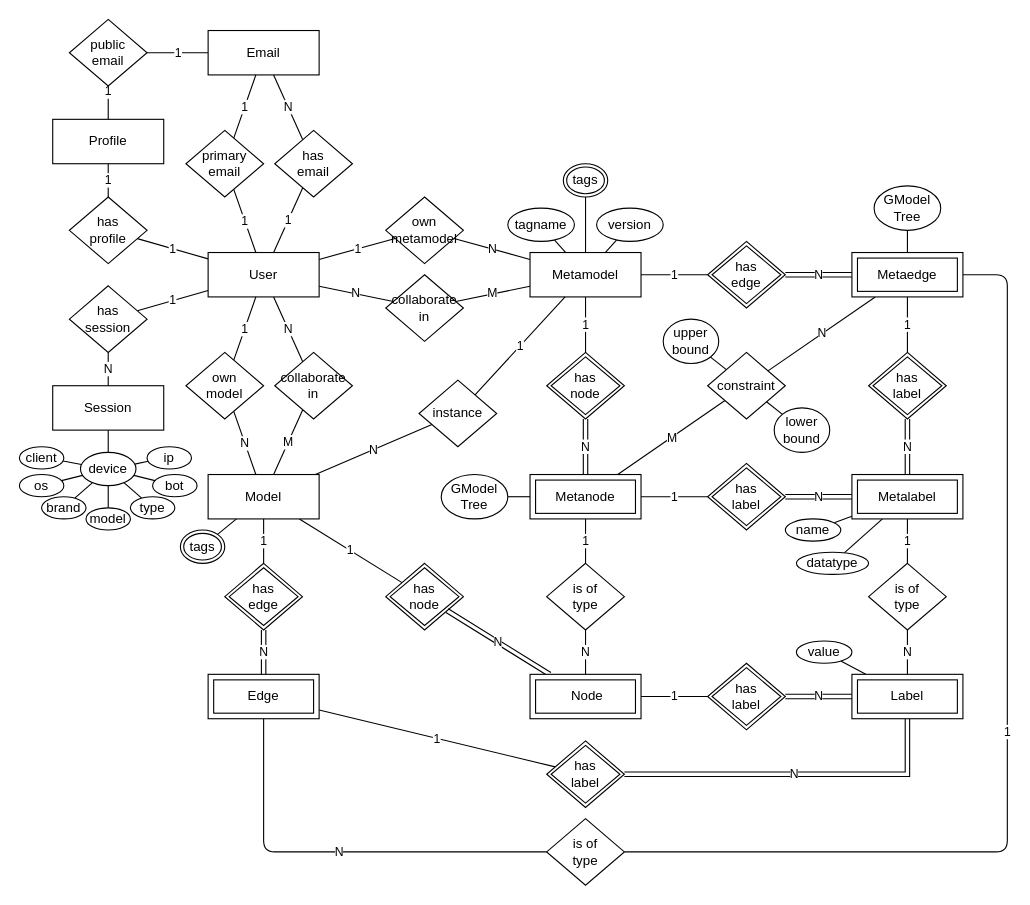
giuliano-marinelli/concept-server keeps this draw.io diagram as src/docs/model.drawio. Above is the earlier version. Source tidied: cells renumbered, new cells numbered last; positions are measured from the earlier drawing's top-left corner, leaving out a move shared by most shapes. Both pictures are drawn from the tidied source at 111%, with x=0, y=0 at pixel (19, 19).
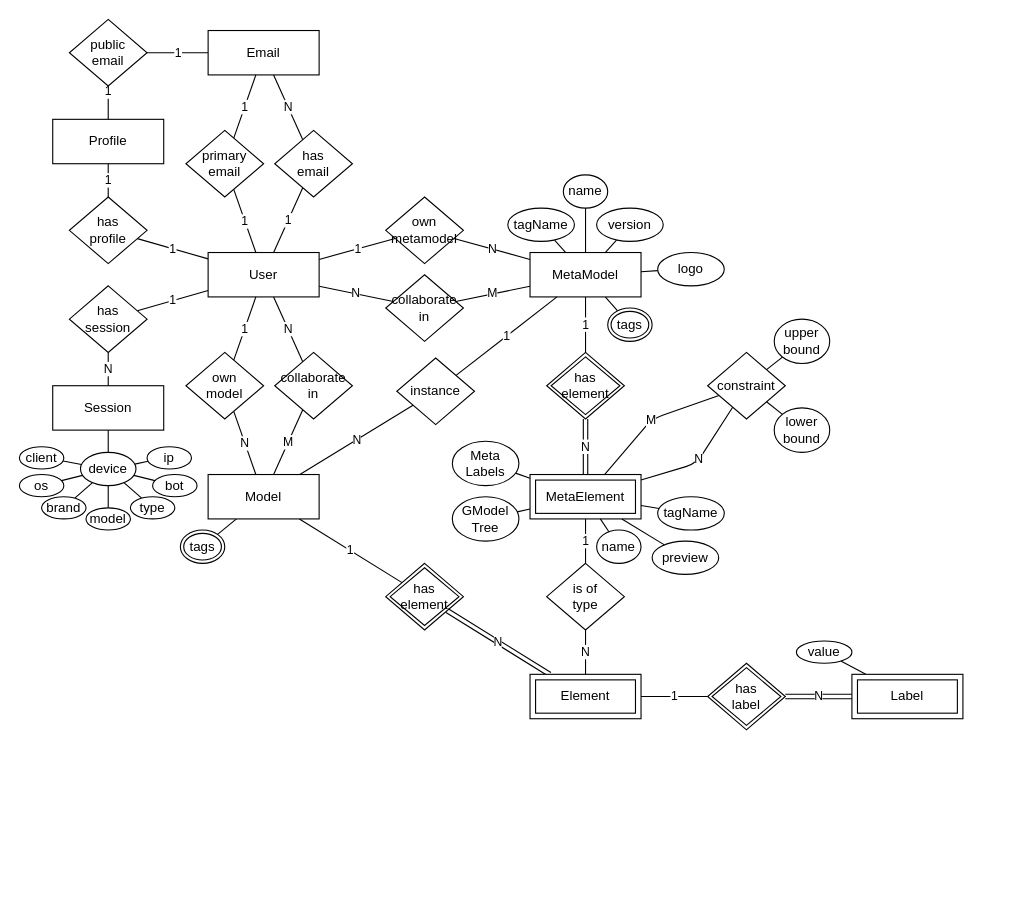
The same page after the edit.

Unchanged cells that the change refers to:
```xml
<mxCell id="50" value="Model" style="whiteSpace=wrap;html=1;align=center;" parent="1" vertex="1">
  <mxGeometry x="170" y="410" width="100" height="40" as="geometry" />
</mxCell>
<mxCell id="61" value="constraint" style="shape=rhombus;perimeter=rhombusPerimeter;whiteSpace=wrap;html=1;align=center;" parent="1" vertex="1">
  <mxGeometry x="620" y="300" width="70" height="60" as="geometry" />
</mxCell>
<mxCell id="115" value="Label" style="shape=ext;margin=3;double=1;whiteSpace=wrap;html=1;align=center;" parent="1" vertex="1">
  <mxGeometry x="750" y="590" width="100" height="40" as="geometry" />
</mxCell>
```

Diff of the diagram source:
```diff
@@
-    <mxCell id="42" value="1" style="edgeStyle=none;html=1;endArrow=none;endFill=0;" parent="1" edge="1" source="101" target="102">
-      <mxGeometry relative="1" as="geometry" />
-    </mxCell>
@@
-    <mxCell id="44" value="Metamodel" style="whiteSpace=wrap;html=1;align=center;" parent="1" vertex="1">
+    <mxCell id="44" value="MetaModel" style="whiteSpace=wrap;html=1;align=center;" parent="1" vertex="1">
       <mxGeometry x="460" y="210" width="100" height="40" as="geometry" />
     </mxCell>
@@
     <mxCell id="57" value="M" style="edgeStyle=none;html=1;endArrow=none;endFill=0;" parent="1" edge="1" source="101" target="61">
-      <mxGeometry relative="1" as="geometry" />
+      <mxGeometry relative="1" as="geometry">
+        <Array as="points">
+          <mxPoint x="570" y="360" />
+        </Array>
+      </mxGeometry>
     </mxCell>
@@
-    <mxCell id="59" value="1" style="edgeStyle=none;html=1;endArrow=none;endFill=0;" parent="1" edge="1" source="96" target="44">
-      <mxGeometry relative="1" as="geometry" />
-    </mxCell>
-    <mxCell id="60" value="N" style="edgeStyle=none;html=1;endArrow=none;endFill=0;" parent="1" edge="1" source="61" target="100">
-      <mxGeometry relative="1" as="geometry" />
+    <mxCell id="60" value="N" style="edgeStyle=none;html=1;endArrow=none;endFill=0;" parent="1" edge="1" source="61" target="101">
+      <mxGeometry relative="1" as="geometry">
+        <Array as="points">
+          <mxPoint x="610" y="400" />
+        </Array>
+      </mxGeometry>
     </mxCell>
@@
     <mxCell id="65" value="upper&lt;br&gt;bound" style="ellipse;whiteSpace=wrap;html=1;align=center;" parent="1" vertex="1">
-      <mxGeometry x="580" y="270" width="50" height="40" as="geometry" />
+      <mxGeometry x="680" y="270" width="50" height="40" as="geometry" />
     </mxCell>
     <mxCell id="66" value="GModel&lt;br&gt;Tree" style="ellipse;whiteSpace=wrap;html=1;align=center;" parent="1" vertex="1">
-      <mxGeometry x="380" y="410" width="60" height="40" as="geometry" />
+      <mxGeometry x="390" y="430" width="60" height="40" as="geometry" />
     </mxCell>
@@
-    <mxCell id="68" value="tagname" style="ellipse;whiteSpace=wrap;html=1;align=center;" parent="1" vertex="1">
+    <mxCell id="68" value="tagName" style="ellipse;whiteSpace=wrap;html=1;align=center;" parent="1" vertex="1">
       <mxGeometry x="440" y="170" width="60" height="30" as="geometry" />
     </mxCell>
@@
     <mxCell id="72" value="instance" style="shape=rhombus;perimeter=rhombusPerimeter;whiteSpace=wrap;html=1;align=center;" parent="1" vertex="1">
-      <mxGeometry x="360" y="325" width="70" height="60" as="geometry" />
+      <mxGeometry x="340" y="305" width="70" height="60" as="geometry" />
     </mxCell>
-    <mxCell id="73" style="edgeStyle=none;html=1;endArrow=none;endFill=0;" parent="1" edge="1" source="74" target="100">
-      <mxGeometry relative="1" as="geometry" />
-    </mxCell>
-    <mxCell id="74" value="GModel&lt;br&gt;Tree" style="ellipse;whiteSpace=wrap;html=1;align=center;" parent="1" vertex="1">
-      <mxGeometry x="770" y="150" width="60" height="40" as="geometry" />
-    </mxCell>
-    <mxCell id="75" value="1" style="edgeStyle=none;html=1;endArrow=none;endFill=0;" parent="1" edge="1" target="100">
-      <mxGeometry relative="1" as="geometry">
-        <mxPoint x="800" y="300" as="sourcePoint" />
-      </mxGeometry>
-    </mxCell>
@@
-    <mxCell id="77" value="N" style="edgeStyle=none;html=1;endArrow=none;endFill=0;" parent="1" edge="1" source="111" target="83">
-      <mxGeometry relative="1" as="geometry">
-        <Array as="points">
-          <mxPoint x="220" y="750" />
-        </Array>
-      </mxGeometry>
-    </mxCell>
-    <mxCell id="78" value="1" style="edgeStyle=none;html=1;endArrow=none;endFill=0;" parent="1" edge="1" source="111">
-      <mxGeometry relative="1" as="geometry">
-        <mxPoint x="482.7" y="673.4" as="targetPoint" />
-      </mxGeometry>
-    </mxCell>
-    <mxCell id="79" value="1" style="edgeStyle=none;html=1;endArrow=none;endFill=0;" parent="1" edge="1" target="50">
-      <mxGeometry relative="1" as="geometry">
-        <mxPoint x="220" y="490" as="sourcePoint" />
-      </mxGeometry>
-    </mxCell>
@@
-    <mxCell id="82" value="1" style="edgeStyle=none;html=1;endArrow=none;endFill=0;" parent="1" edge="1" source="83" target="100">
-      <mxGeometry relative="1" as="geometry">
-        <Array as="points">
-          <mxPoint x="890" y="750" />
-          <mxPoint x="890" y="230" />
-        </Array>
-      </mxGeometry>
-    </mxCell>
-    <mxCell id="83" value="is of&lt;br&gt;type" style="shape=rhombus;perimeter=rhombusPerimeter;whiteSpace=wrap;html=1;align=center;" parent="1" vertex="1">
-      <mxGeometry x="475" y="720" width="70" height="60" as="geometry" />
-    </mxCell>
@@
-    <mxCell id="85" value="1" style="edgeStyle=none;html=1;endArrow=none;endFill=0;" parent="1" edge="1" source="87" target="106">
-      <mxGeometry relative="1" as="geometry" />
-    </mxCell>
-    <mxCell id="86" value="N" style="edgeStyle=none;html=1;endArrow=none;endFill=0;" parent="1" edge="1" source="87" target="115">
-      <mxGeometry relative="1" as="geometry" />
-    </mxCell>
-    <mxCell id="87" value="is of&lt;br&gt;type" style="shape=rhombus;perimeter=rhombusPerimeter;whiteSpace=wrap;html=1;align=center;" parent="1" vertex="1">
-      <mxGeometry x="765" y="490" width="70" height="60" as="geometry" />
-    </mxCell>
@@
-    <mxCell id="90" style="edgeStyle=none;html=1;endArrow=none;endFill=0;" parent="1" edge="1" source="91" target="106">
-      <mxGeometry relative="1" as="geometry" />
-    </mxCell>
-    <mxCell id="91" value="name" style="ellipse;whiteSpace=wrap;html=1;align=center;" parent="1" vertex="1">
-      <mxGeometry x="690" y="450" width="50" height="20" as="geometry" />
-    </mxCell>
-    <mxCell id="92" style="edgeStyle=none;html=1;endArrow=none;endFill=0;" parent="1" edge="1" source="93" target="106">
-      <mxGeometry relative="1" as="geometry" />
-    </mxCell>
-    <mxCell id="93" value="datatype" style="ellipse;whiteSpace=wrap;html=1;align=center;" parent="1" vertex="1">
-      <mxGeometry x="700" y="480" width="65" height="20" as="geometry" />
-    </mxCell>
     <mxCell id="94" value="tags" style="ellipse;shape=doubleEllipse;margin=3;whiteSpace=wrap;html=1;align=center;" parent="1" vertex="1">
-      <mxGeometry x="490" y="130" width="40" height="30" as="geometry" />
+      <mxGeometry x="530" y="260" width="40" height="30" as="geometry" />
     </mxCell>
@@
-    <mxCell id="96" value="has&lt;br&gt;edge" style="shape=rhombus;double=1;perimeter=rhombusPerimeter;whiteSpace=wrap;html=1;align=center;" parent="1" vertex="1">
-      <mxGeometry x="620" y="200" width="70" height="60" as="geometry" />
-    </mxCell>
-    <mxCell id="97" value="N" style="shape=link;html=1;rounded=0;endArrow=none;endFill=0;" parent="1" edge="1" source="96" target="100">
-      <mxGeometry relative="1" as="geometry" />
-    </mxCell>
-    <mxCell id="98" value="has&lt;br&gt;node" style="shape=rhombus;double=1;perimeter=rhombusPerimeter;whiteSpace=wrap;html=1;align=center;" parent="1" vertex="1">
+    <mxCell id="98" value="has&lt;br&gt;element" style="shape=rhombus;double=1;perimeter=rhombusPerimeter;whiteSpace=wrap;html=1;align=center;" parent="1" vertex="1">
       <mxGeometry x="475" y="300" width="70" height="60" as="geometry" />
     </mxCell>
@@
-    <mxCell id="100" value="Metaedge" style="shape=ext;margin=3;double=1;whiteSpace=wrap;html=1;align=center;" parent="1" vertex="1">
-      <mxGeometry x="750" y="210" width="100" height="40" as="geometry" />
-    </mxCell>
-    <mxCell id="101" value="Metanode" style="shape=ext;margin=3;double=1;whiteSpace=wrap;html=1;align=center;" parent="1" vertex="1">
+    <mxCell id="101" value="MetaElement" style="shape=ext;margin=3;double=1;whiteSpace=wrap;html=1;align=center;" parent="1" vertex="1">
       <mxGeometry x="460" y="410" width="100" height="40" as="geometry" />
     </mxCell>
-    <mxCell id="102" value="has&lt;br&gt;label" style="shape=rhombus;double=1;perimeter=rhombusPerimeter;whiteSpace=wrap;html=1;align=center;" parent="1" vertex="1">
-      <mxGeometry x="620" y="400" width="70" height="60" as="geometry" />
-    </mxCell>
-    <mxCell id="103" value="has&lt;br&gt;label" style="shape=rhombus;double=1;perimeter=rhombusPerimeter;whiteSpace=wrap;html=1;align=center;" parent="1" vertex="1">
-      <mxGeometry x="765" y="300" width="70" height="60" as="geometry" />
-    </mxCell>
-    <mxCell id="104" value="N" style="shape=link;html=1;rounded=0;endArrow=none;endFill=0;" parent="1" edge="1" source="102" target="106">
-      <mxGeometry relative="1" as="geometry" />
-    </mxCell>
-    <mxCell id="105" value="N" style="shape=link;html=1;rounded=0;endArrow=none;endFill=0;" parent="1" edge="1" source="103" target="106">
-      <mxGeometry relative="1" as="geometry" />
-    </mxCell>
-    <mxCell id="106" value="Metalabel" style="shape=ext;margin=3;double=1;whiteSpace=wrap;html=1;align=center;" parent="1" vertex="1">
-      <mxGeometry x="750" y="410" width="100" height="40" as="geometry" />
-    </mxCell>
-    <mxCell id="107" value="has&lt;br&gt;node" style="shape=rhombus;double=1;perimeter=rhombusPerimeter;whiteSpace=wrap;html=1;align=center;" parent="1" vertex="1">
+    <mxCell id="107" value="has&lt;br&gt;element" style="shape=rhombus;double=1;perimeter=rhombusPerimeter;whiteSpace=wrap;html=1;align=center;" parent="1" vertex="1">
       <mxGeometry x="330" y="490" width="70" height="60" as="geometry" />
     </mxCell>
@@
-    <mxCell id="109" value="has&lt;br&gt;edge" style="shape=rhombus;double=1;perimeter=rhombusPerimeter;whiteSpace=wrap;html=1;align=center;" parent="1" vertex="1">
-      <mxGeometry x="185" y="490" width="70" height="60" as="geometry" />
-    </mxCell>
-    <mxCell id="110" value="N" style="shape=link;html=1;rounded=0;endArrow=none;endFill=0;" parent="1" edge="1" source="109" target="111">
-      <mxGeometry relative="1" as="geometry" />
-    </mxCell>
-    <mxCell id="111" value="Edge" style="shape=ext;margin=3;double=1;whiteSpace=wrap;html=1;align=center;" parent="1" vertex="1">
-      <mxGeometry x="170" y="590" width="100" height="40" as="geometry" />
-    </mxCell>
-    <mxCell id="112" value="&amp;nbsp;Node" style="shape=ext;margin=3;double=1;whiteSpace=wrap;html=1;align=center;" parent="1" vertex="1">
+    <mxCell id="112" value="Element" style="shape=ext;margin=3;double=1;whiteSpace=wrap;html=1;align=center;" parent="1" vertex="1">
       <mxGeometry x="460" y="590" width="100" height="40" as="geometry" />
     </mxCell>
-    <mxCell id="113" value="has&lt;br&gt;label" style="shape=rhombus;double=1;perimeter=rhombusPerimeter;whiteSpace=wrap;html=1;align=center;" parent="1" vertex="1">
-      <mxGeometry x="475" y="650" width="70" height="60" as="geometry" />
-    </mxCell>
-    <mxCell id="114" value="N" style="shape=link;html=1;rounded=0;endArrow=none;endFill=0;" parent="1" edge="1" source="113" target="115">
-      <mxGeometry relative="1" as="geometry">
-        <Array as="points">
-          <mxPoint x="800" y="680" />
-        </Array>
-      </mxGeometry>
-    </mxCell>
@@
+    <mxCell id="118" value="tagName" style="ellipse;whiteSpace=wrap;html=1;align=center;" parent="1" vertex="1">
+      <mxGeometry x="575" y="430" width="60" height="30" as="geometry" />
+    </mxCell>
+    <mxCell id="119" style="edgeStyle=none;html=1;endArrow=none;endFill=0;" parent="1" edge="1" source="118" target="101">
+      <mxGeometry relative="1" as="geometry" />
+    </mxCell>
+    <mxCell id="120" style="edgeStyle=none;html=1;endArrow=none;endFill=0;" parent="1" edge="1" source="121" target="44">
+      <mxGeometry relative="1" as="geometry" />
+    </mxCell>
+    <mxCell id="121" value="logo" style="ellipse;whiteSpace=wrap;html=1;align=center;" parent="1" vertex="1">
+      <mxGeometry x="575" y="210" width="60" height="30" as="geometry" />
+    </mxCell>
+    <mxCell id="122" value="Meta&lt;br&gt;Labels" style="ellipse;whiteSpace=wrap;html=1;align=center;" parent="1" vertex="1">
+      <mxGeometry x="390" y="380" width="60" height="40" as="geometry" />
+    </mxCell>
+    <mxCell id="123" style="edgeStyle=none;html=1;endArrow=none;endFill=0;" parent="1" edge="1" source="122" target="101">
+      <mxGeometry relative="1" as="geometry" />
+    </mxCell>
+    <mxCell id="124" value="name" style="ellipse;whiteSpace=wrap;html=1;align=center;" parent="1" vertex="1">
+      <mxGeometry x="490" y="140" width="40" height="30" as="geometry" />
+    </mxCell>
+    <mxCell id="125" style="edgeStyle=none;html=1;endArrow=none;endFill=0;" parent="1" edge="1" source="124" target="44">
+      <mxGeometry relative="1" as="geometry" />
+    </mxCell>
+    <mxCell id="126" value="name" style="ellipse;whiteSpace=wrap;html=1;align=center;" parent="1" vertex="1">
+      <mxGeometry x="520" y="460" width="40" height="30" as="geometry" />
+    </mxCell>
+    <mxCell id="127" style="edgeStyle=none;html=1;endArrow=none;endFill=0;" parent="1" edge="1" source="101" target="126">
+      <mxGeometry relative="1" as="geometry" />
+    </mxCell>
+    <mxCell id="128" value="preview" style="ellipse;whiteSpace=wrap;html=1;align=center;" parent="1" vertex="1">
+      <mxGeometry x="570" y="470" width="60" height="30" as="geometry" />
+    </mxCell>
+    <mxCell id="129" style="edgeStyle=none;html=1;endArrow=none;endFill=0;" parent="1" edge="1" source="128" target="101">
+      <mxGeometry relative="1" as="geometry" />
+    </mxCell>
```
